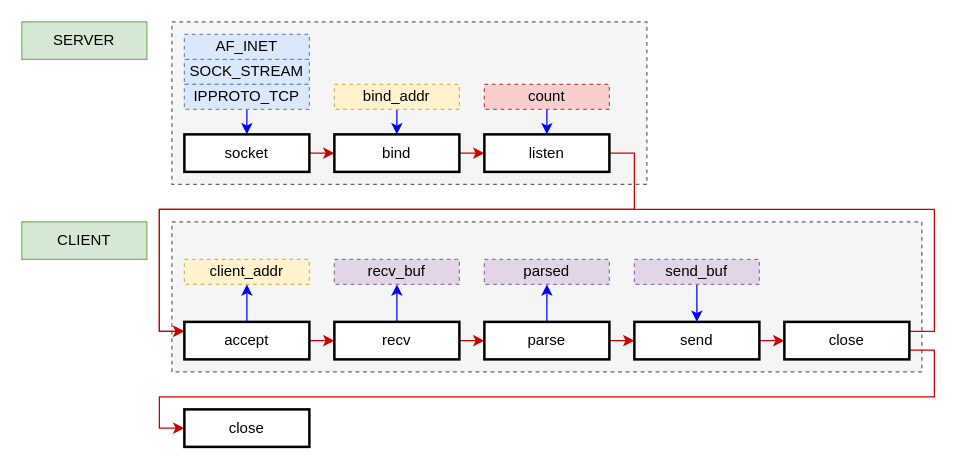
Above: doc/http_server/http_sync.drawio in lucasdietrich/stm32f429zi-getting-started-zephyr-mbed-tls (draw.io), before the change. Source tidied: cells renumbered, new cells numbered last; positions are measured from the earlier drawing's top-left corner, leaving out a move shared by most shapes. Both pictures are drawn from the tidied source at 125%, with x=0, y=0 at pixel (21, 21).
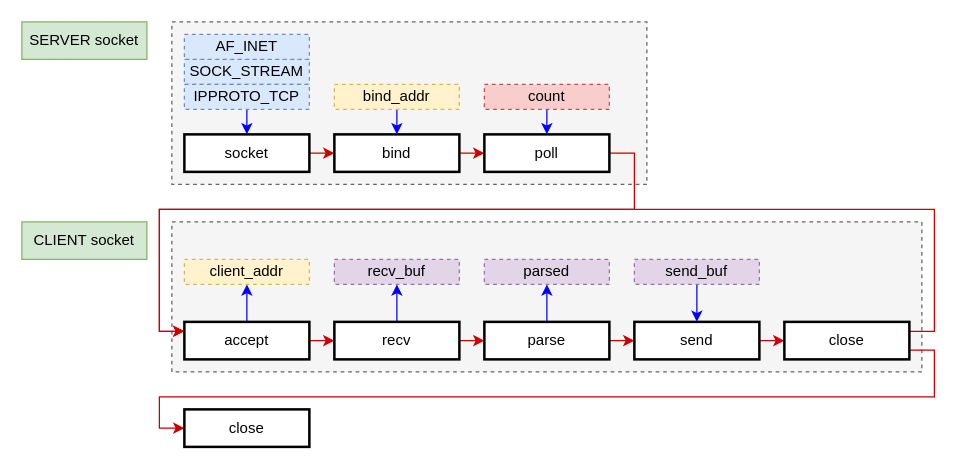
Above is the later version.

Commit message (it also covers changes not shown here):
async http server draft, handle 5 connections, flush them

The edit, as a diff of the source:
```diff
@@
-    <mxCell id="4" value="SERVER" style="rounded=0;whiteSpace=wrap;html=1;fillColor=#d5e8d4;strokeColor=#82b366;" parent="1" vertex="1">
+    <mxCell id="4" value="SERVER socket" style="rounded=0;whiteSpace=wrap;html=1;fillColor=#d5e8d4;strokeColor=#82b366;" parent="1" vertex="1">
       <mxGeometry width="100" height="30" as="geometry" />
     </mxCell>
@@
-    <mxCell id="10" value="listen" style="rounded=0;whiteSpace=wrap;html=1;strokeWidth=2;" parent="1" vertex="1">
+    <mxCell id="10" value="poll" style="rounded=0;whiteSpace=wrap;html=1;strokeWidth=2;" parent="1" vertex="1">
       <mxGeometry x="370" y="90" width="100" height="30" as="geometry" />
     </mxCell>
@@
-    <mxCell id="14" value="CLIENT" style="rounded=0;whiteSpace=wrap;html=1;fillColor=#d5e8d4;strokeColor=#82b366;" parent="1" vertex="1">
+    <mxCell id="14" value="CLIENT socket" style="rounded=0;whiteSpace=wrap;html=1;fillColor=#d5e8d4;strokeColor=#82b366;" parent="1" vertex="1">
       <mxGeometry y="160" width="100" height="30" as="geometry" />
     </mxCell>
```
